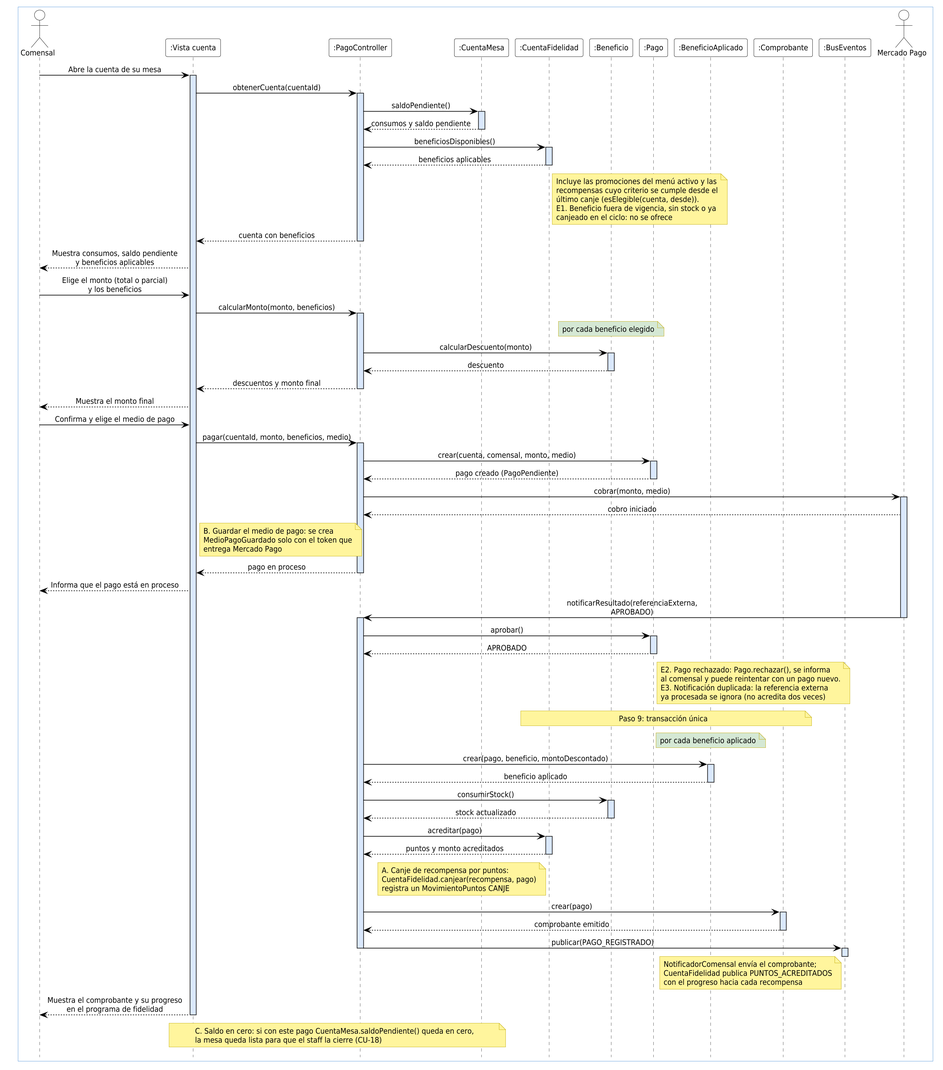
This is docs/modelos/secuencia/CU-06-pagar-cuenta/v1/cu-06-secuencia-v1.png from GabrielLigresti/TFG-PGIM, a PlantUML export, as it was before one commit.
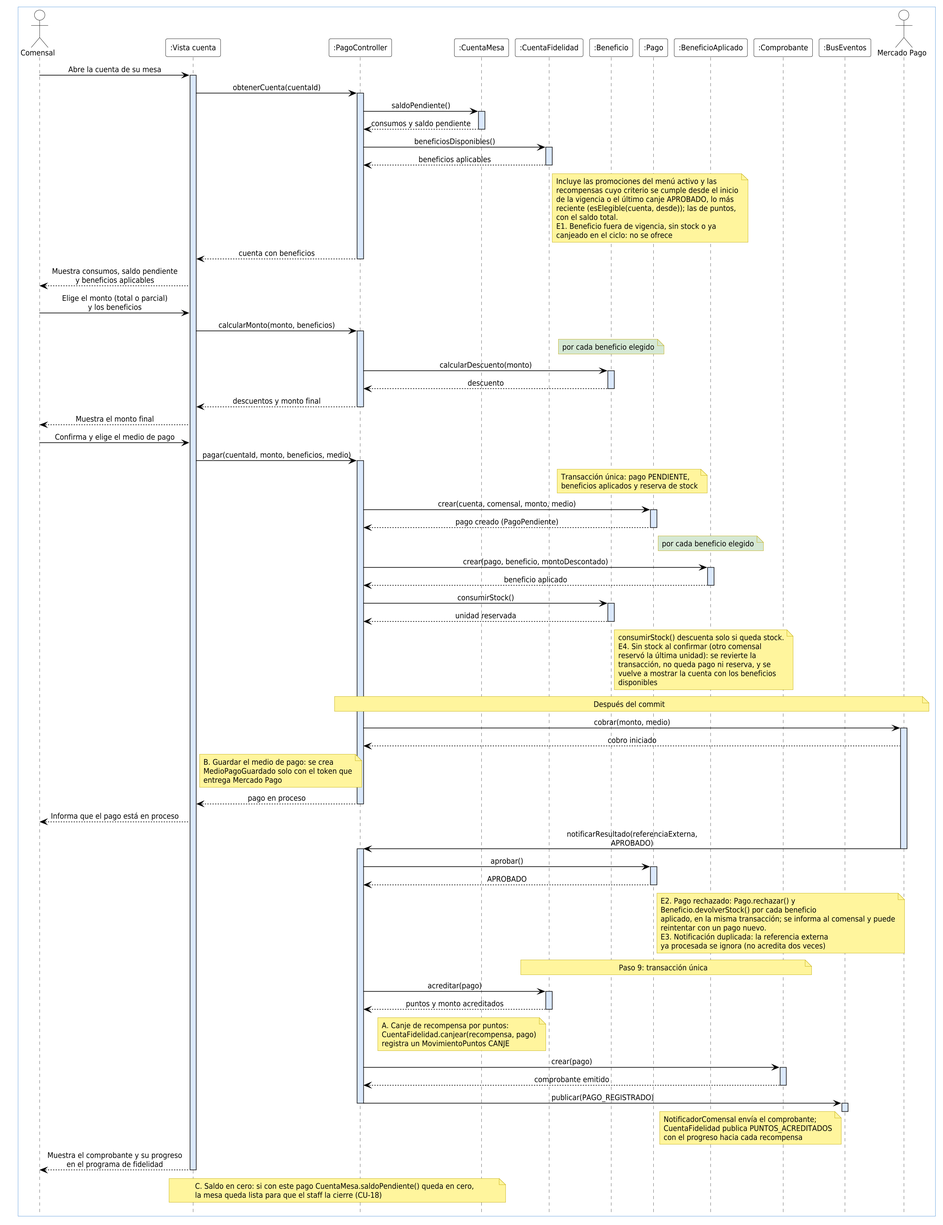
The same file after the commit.

Commit message:
Regenerar las imágenes del modelo de beneficios

The edit, as a diff of the source:
```diff
@@ -52,7 +52,7 @@
 activate CF
 CF --> PGC : beneficios aplicables
 deactivate CF
-note right of CF : Incluye las promociones del menú activo y las\nrecompensas cuyo criterio se cumple desde el\núltimo canje (esElegible(cuenta, desde)).\nE1. Beneficio fuera de vigencia, sin stock o ya\ncanjeado en el ciclo: no se ofrece
+note right of CF : Incluye las promociones del menú activo y las\nrecompensas cuyo criterio se cumple desde el inicio\nde la vigencia o el último canje APROBADO, lo más\nreciente (esElegible(cuenta, desde)); las de puntos,\ncon el saldo total.\nE1. Beneficio fuera de vigencia, sin stock o ya\ncanjeado en el ciclo: no se ofrece
 PGC --> V : cuenta con beneficios
 deactivate PGC
 V --> C : Muestra consumos, saldo pendiente\ny beneficios aplicables
@@ -72,10 +72,22 @@
 C -> V : Confirma y elige el medio de pago
 V -> PGC : pagar(cuentaId, monto, beneficios, medio)
 activate PGC
+note over P, B : Transacción única: pago PENDIENTE,\nbeneficios aplicados y reserva de stock
 PGC -> P : crear(cuenta, comensal, monto, medio)
 activate P
 P --> PGC : pago creado (PagoPendiente)
 deactivate P
+note over BA #D5E8D4 : por cada beneficio elegido
+PGC -> BA : crear(pago, beneficio, montoDescontado)
+activate BA
+BA --> PGC : beneficio aplicado
+deactivate BA
+PGC -> B : consumirStock()
+activate B
+B --> PGC : unidad reservada
+deactivate B
+note right of B : consumirStock() descuenta solo si queda stock.\nE4. Sin stock al confirmar (otro comensal\nreservó la última unidad): se revierte la\ntransacción, no queda pago ni reserva, y se\nvuelve a mostrar la cuenta con los beneficios\ndisponibles
+note over PGC, MP : Después del commit
 PGC -> MP : cobrar(monto, medio)
 activate MP
 MP --> PGC : cobro iniciado
@@ -91,18 +103,9 @@
 activate P
 P --> PGC : APROBADO
 deactivate P
-note right of P : E2. Pago rechazado: Pago.rechazar(), se informa\nal comensal y puede reintentar con un pago nuevo.\nE3. Notificación duplicada: la referencia externa\nya procesada se ignora (no acredita dos veces)
+note right of P : E2. Pago rechazado: Pago.rechazar() y\nBeneficio.devolverStock() por cada beneficio\naplicado, en la misma transacción; se informa al comensal y puede\nreintentar con un pago nuevo.\nE3. Notificación duplicada: la referencia externa\nya procesada se ignora (no acredita dos veces)
 
 note over CF, CO : Paso 9: transacción única
-note over BA #D5E8D4 : por cada beneficio aplicado
-PGC -> BA : crear(pago, beneficio, montoDescontado)
-activate BA
-BA --> PGC : beneficio aplicado
-deactivate BA
-PGC -> B : consumirStock()
-activate B
-B --> PGC : stock actualizado
-deactivate B
 PGC -> CF : acreditar(pago)
 activate CF
 CF --> PGC : puntos y monto acreditados
```
